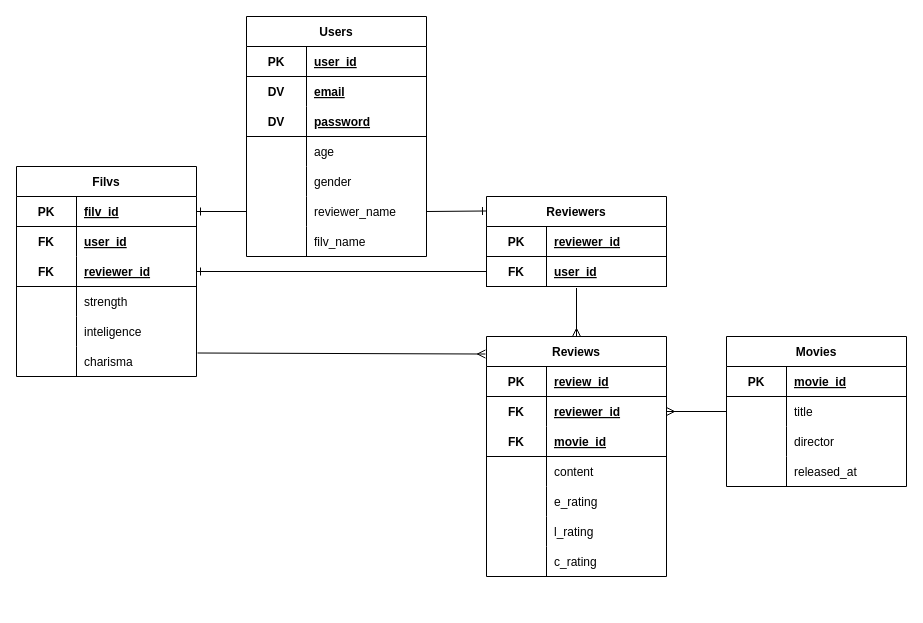
prototypefilverse/protofilv keeps this draw.io diagram as er.dio. Above is the earlier version. Source tidied: cells renumbered, new cells numbered last; positions are measured from the earlier drawing's top-left corner, leaving out a move shared by most shapes. Both pictures are drawn from the tidied source at 100%, with x=0, y=0 at pixel (16, 16).
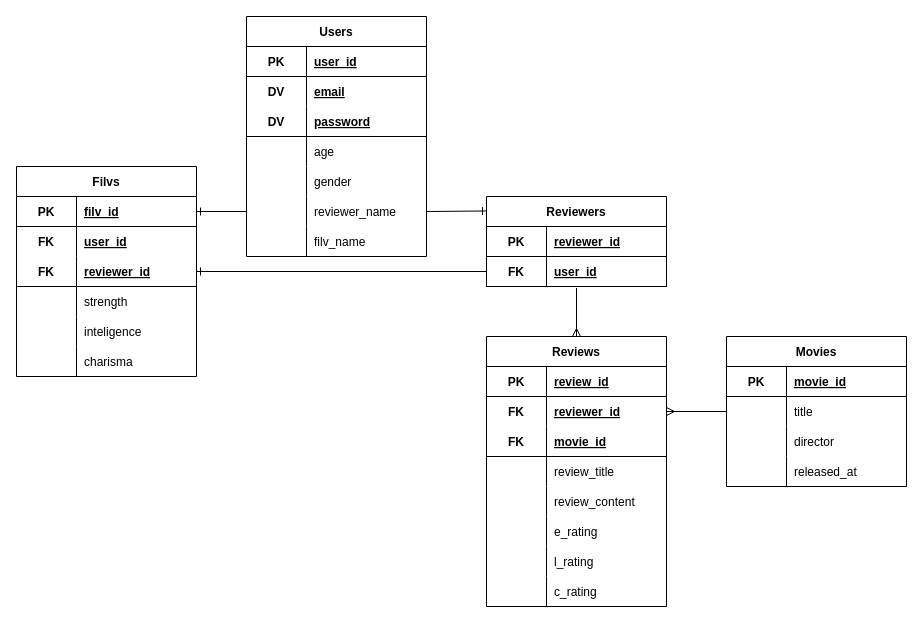
The same page after the edit.

The change refers to these unchanged cells:
```xml
<mxCell id="47" style="shape=tableRow;horizontal=0;startSize=0;swimlaneHead=0;swimlaneBody=0;fillColor=none;points=[[0,0.5],[1,0.5]];portConstraint=eastwest;top=0;left=0;right=0;bottom=0;" parent="31" vertex="1">
  <mxGeometry y="180" width="180" height="30" as="geometry" />
</mxCell>
<mxCell id="61" style="shape=tableRow;horizontal=0;startSize=0;swimlaneHead=0;swimlaneBody=0;fillColor=none;top=0;left=0;right=0;bottom=0;" parent="51" vertex="1">
  <mxGeometry y="120" width="180" height="30" as="geometry" />
</mxCell>
<mxCell id="64" style="shape=tableRow;horizontal=0;startSize=0;swimlaneHead=0;swimlaneBody=0;fillColor=none;top=0;left=0;right=0;bottom=0;" parent="51" vertex="1">
  <mxGeometry y="150" width="180" height="30" as="geometry" />
</mxCell>
<mxCell id="67" style="shape=tableRow;horizontal=0;startSize=0;swimlaneHead=0;swimlaneBody=0;fillColor=none;top=0;left=0;right=0;bottom=0;" parent="51" vertex="1">
  <mxGeometry y="180" width="180" height="30" as="geometry" />
</mxCell>
```

The edit, as a diff of the source:
```diff
@@
     <mxCell id="51" value="Reviews" style="shape=table;startSize=30;childLayout=tableLayout;rowLines=0;fontStyle=1;align=center;" parent="1" vertex="1">
-      <mxGeometry x="470" y="320" width="180" height="240" as="geometry" />
+      <mxGeometry x="470" y="320" width="180" height="270" as="geometry" />
     </mxCell>
@@
-    <mxCell id="63" value="content" style="shape=partialRectangle;fillColor=none;top=0;left=0;bottom=0;right=0;align=left;spacingLeft=6;overflow=hidden;" parent="61" vertex="1">
+    <mxCell id="63" value="review_title" style="shape=partialRectangle;fillColor=none;top=0;left=0;bottom=0;right=0;align=left;spacingLeft=6;overflow=hidden;" parent="61" vertex="1">
       <mxGeometry x="60" width="120" height="30" as="geometry" />
     </mxCell>
@@
-    <mxCell id="66" value="e_rating" style="shape=partialRectangle;fillColor=none;top=0;left=0;bottom=0;right=0;align=left;spacingLeft=6;overflow=hidden;" parent="64" vertex="1">
+    <mxCell id="66" value="review_content" style="shape=partialRectangle;fillColor=none;top=0;left=0;bottom=0;right=0;align=left;spacingLeft=6;overflow=hidden;" parent="64" vertex="1">
       <mxGeometry x="60" width="120" height="30" as="geometry" />
     </mxCell>
@@
-    <mxCell id="69" value="l_rating" style="shape=partialRectangle;fillColor=none;top=0;left=0;bottom=0;right=0;align=left;spacingLeft=6;overflow=hidden;" parent="67" vertex="1">
+    <mxCell id="69" value="e_rating" style="shape=partialRectangle;fillColor=none;top=0;left=0;bottom=0;right=0;align=left;spacingLeft=6;overflow=hidden;" parent="67" vertex="1">
       <mxGeometry x="60" width="120" height="30" as="geometry" />
     </mxCell>
+    <mxCell id="91" style="shape=tableRow;horizontal=0;startSize=0;swimlaneHead=0;swimlaneBody=0;fillColor=none;top=0;left=0;right=0;bottom=0;" parent="51" vertex="1">
+      <mxGeometry y="210" width="180" height="30" as="geometry" />
+    </mxCell>
+    <mxCell id="92" style="shape=partialRectangle;fillColor=none;top=0;left=0;bottom=0;right=0;overflow=hidden;" parent="91" vertex="1">
+      <mxGeometry width="60" height="30" as="geometry" />
+    </mxCell>
+    <mxCell id="93" value="l_rating" style="shape=partialRectangle;fillColor=none;top=0;left=0;bottom=0;right=0;align=left;spacingLeft=6;overflow=hidden;" parent="91" vertex="1">
+      <mxGeometry x="60" width="120" height="30" as="geometry" />
+    </mxCell>
     <mxCell id="70" style="shape=tableRow;horizontal=0;startSize=0;swimlaneHead=0;swimlaneBody=0;fillColor=none;top=0;left=0;right=0;bottom=0;" parent="51" vertex="1">
-      <mxGeometry y="210" width="180" height="30" as="geometry" />
+      <mxGeometry y="240" width="180" height="30" as="geometry" />
     </mxCell>
@@
-    <mxCell id="87" style="edgeStyle=none;html=1;exitX=1.006;exitY=0.217;exitDx=0;exitDy=0;entryX=-0.006;entryY=0.073;entryDx=0;entryDy=0;entryPerimeter=0;startArrow=none;startFill=0;endArrow=ERmany;endFill=0;exitPerimeter=0;" parent="1" edge="1" source="47" target="51">
-      <mxGeometry relative="1" as="geometry" />
-    </mxCell>
```
